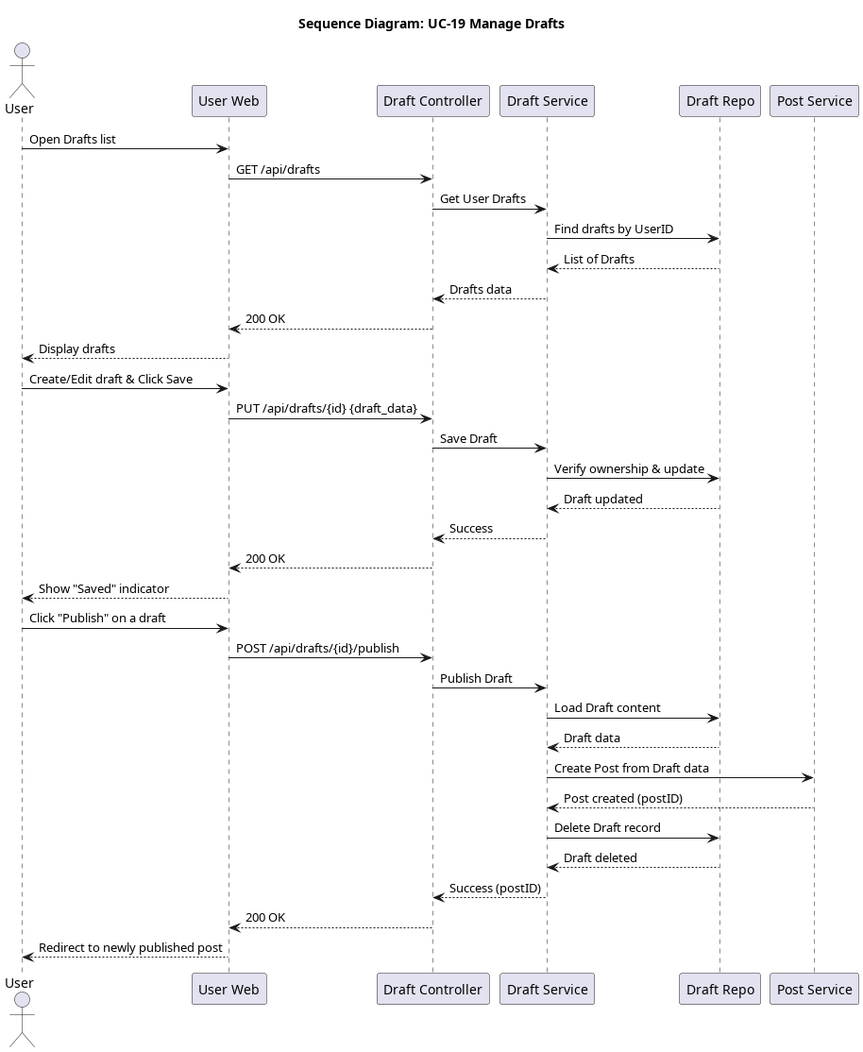
Earlier version of the PlantUML export docs/srs_add/SAD/diagrams/seq_19_manage_drafts.png (giakiet05/lkforum-new).
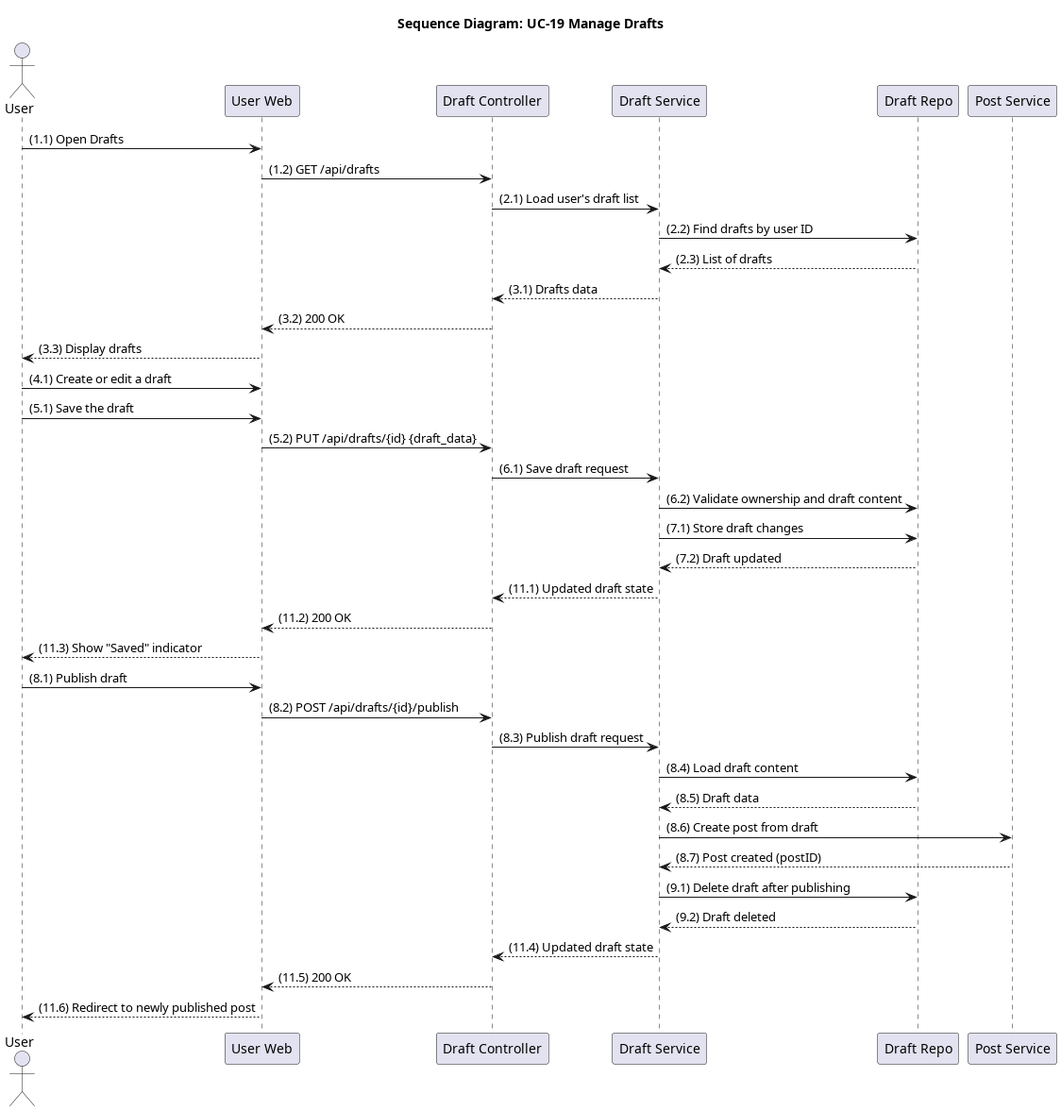
After the change.

Diff of the diagram source:
```diff
@@ -8,34 +8,36 @@
 participant "Draft Repo" as DraftRepo
 participant "Post Service" as PostService
 
-User -> Frontend: Open Drafts list
-Frontend -> Controller: GET /api/drafts
-Controller -> Service: Get User Drafts
-Service -> DraftRepo: Find drafts by UserID
-DraftRepo --> Service: List of Drafts
-Service --> Controller: Drafts data
-Controller --> Frontend: 200 OK
-Frontend --> User: Display drafts
+User -> Frontend: (1.1) Open Drafts
+Frontend -> Controller: (1.2) GET /api/drafts
+Controller -> Service: (2.1) Load user's draft list
+Service -> DraftRepo: (2.2) Find drafts by user ID
+DraftRepo --> Service: (2.3) List of drafts
+Service --> Controller: (3.1) Drafts data
+Controller --> Frontend: (3.2) 200 OK
+Frontend --> User: (3.3) Display drafts
 
-User -> Frontend: Create/Edit draft & Click Save
-Frontend -> Controller: PUT /api/drafts/{id} {draft_data}
-Controller -> Service: Save Draft
-Service -> DraftRepo: Verify ownership & update
-DraftRepo --> Service: Draft updated
-Service --> Controller: Success
-Controller --> Frontend: 200 OK
-Frontend --> User: Show "Saved" indicator
+User -> Frontend: (4.1) Create or edit a draft
+User -> Frontend: (5.1) Save the draft
+Frontend -> Controller: (5.2) PUT /api/drafts/{id} {draft_data}
+Controller -> Service: (6.1) Save draft request
+Service -> DraftRepo: (6.2) Validate ownership and draft content
+Service -> DraftRepo: (7.1) Store draft changes
+DraftRepo --> Service: (7.2) Draft updated
+Service --> Controller: (11.1) Updated draft state
+Controller --> Frontend: (11.2) 200 OK
+Frontend --> User: (11.3) Show "Saved" indicator
 
-User -> Frontend: Click "Publish" on a draft
-Frontend -> Controller: POST /api/drafts/{id}/publish
-Controller -> Service: Publish Draft
-Service -> DraftRepo: Load Draft content
-DraftRepo --> Service: Draft data
-Service -> PostService: Create Post from Draft data
-PostService --> Service: Post created (postID)
-Service -> DraftRepo: Delete Draft record
-DraftRepo --> Service: Draft deleted
-Service --> Controller: Success (postID)
-Controller --> Frontend: 200 OK
-Frontend --> User: Redirect to newly published post
+User -> Frontend: (8.1) Publish draft
+Frontend -> Controller: (8.2) POST /api/drafts/{id}/publish
+Controller -> Service: (8.3) Publish draft request
+Service -> DraftRepo: (8.4) Load draft content
+DraftRepo --> Service: (8.5) Draft data
+Service -> PostService: (8.6) Create post from draft
+PostService --> Service: (8.7) Post created (postID)
+Service -> DraftRepo: (9.1) Delete draft after publishing
+DraftRepo --> Service: (9.2) Draft deleted
+Service --> Controller: (11.4) Updated draft state
+Controller --> Frontend: (11.5) 200 OK
+Frontend --> User: (11.6) Redirect to newly published post
 @enduml
```
